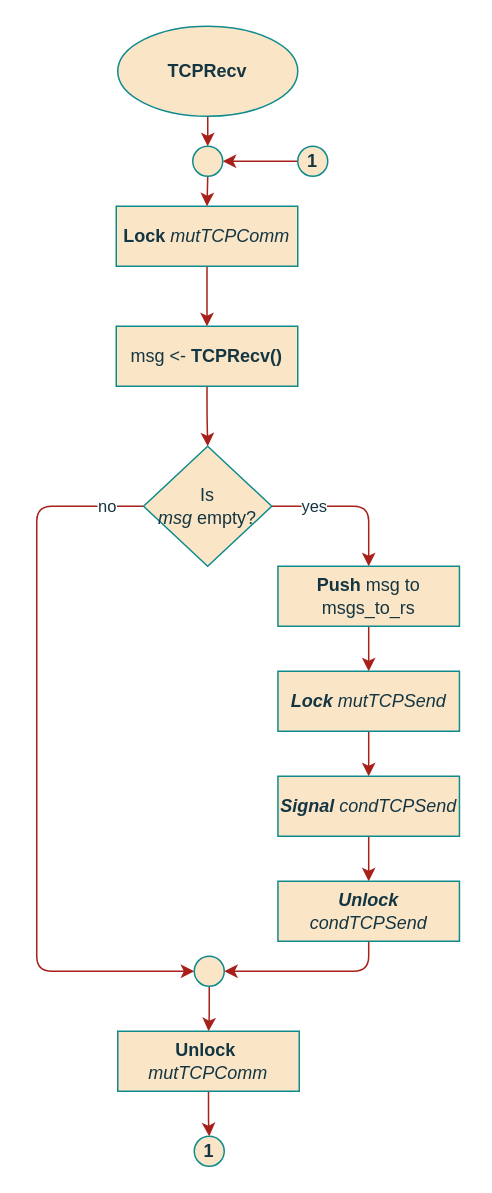
The draw.io diagram page "tTCPRecv" (1 of 2) of project/report/flowcharts/Gatewaytasks/TCP_IP.drawio in ESRGgroup9/slipad, before the edit. Source tidied: cells renumbered, new cells numbered last; positions are measured from the earlier drawing's top-left corner, leaving out a move shared by most shapes. Both pictures are drawn from the tidied source at 150%, with x=0, y=0 at pixel (36, 26).
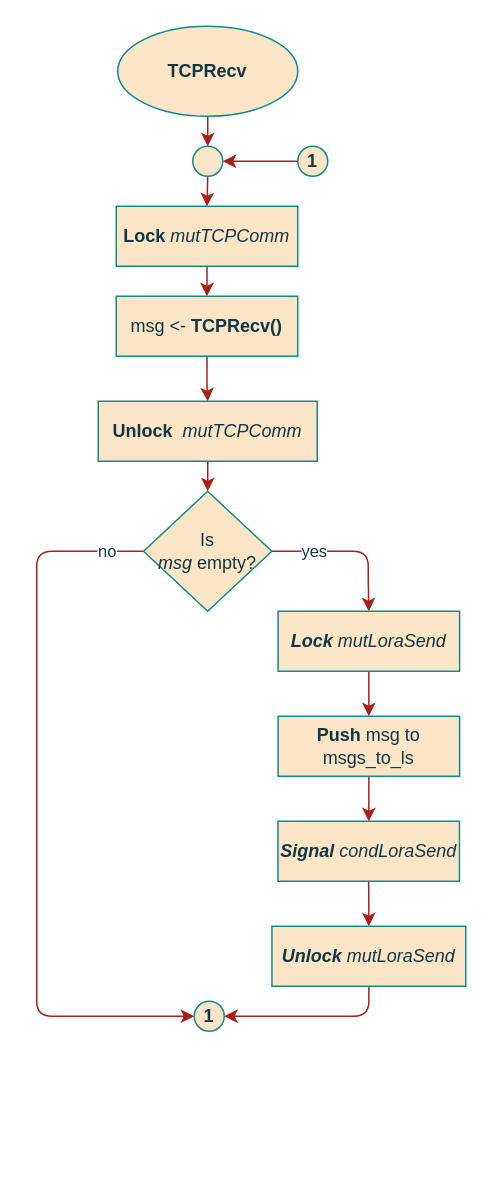
After the change.

Diff of the diagram source:
```diff
@@
     <mxCell id="4" value="no" style="edgeStyle=orthogonalEdgeStyle;curved=0;rounded=1;sketch=0;jettySize=auto;html=1;entryX=0;entryY=0.5;entryDx=0;entryDy=0;fontColor=#143642;strokeColor=#A8201A;fillColor=#FAE5C7;" parent="1" edge="1" source="6" target="10">
       <mxGeometry x="-0.9" relative="1" as="geometry">
         <Array as="points">
-          <mxPoint y="320" />
-          <mxPoint y="630" />
+          <mxPoint y="350" />
+          <mxPoint y="660" />
         </Array>
       </mxGeometry>
     </mxCell>
-    <mxCell id="5" value="yes" style="edgeStyle=orthogonalEdgeStyle;curved=0;rounded=1;sketch=0;jettySize=auto;html=1;entryX=0.5;entryY=0;entryDx=0;entryDy=0;fontColor=#143642;strokeColor=#A8201A;fillColor=#FAE5C7;" parent="1" edge="1" source="6" target="14">
+    <mxCell id="5" value="yes" style="edgeStyle=orthogonalEdgeStyle;curved=0;rounded=1;sketch=0;jettySize=auto;html=1;entryX=0.5;entryY=0;entryDx=0;entryDy=0;fontColor=#143642;strokeColor=#A8201A;fillColor=#FAE5C7;" parent="1" edge="1" source="6" target="32">
       <mxGeometry x="-0.47" relative="1" as="geometry">
         <Array as="points">
-          <mxPoint x="221" y="320" />
+          <mxPoint x="221" y="350" />
+          <mxPoint x="221" y="370" />
         </Array>
       </mxGeometry>
     </mxCell>
     <mxCell id="6" value="&lt;div&gt;Is &lt;i&gt;&lt;br&gt;&lt;/i&gt;&lt;/div&gt;&lt;div&gt;&lt;i&gt;msg&lt;/i&gt; empty?&lt;/div&gt;" style="rhombus;whiteSpace=wrap;html=1;rounded=0;sketch=0;fontColor=#143642;strokeColor=#0F8B8D;fillColor=#FAE5C7;" parent="1" vertex="1">
-      <mxGeometry x="71.2" y="280" width="85.5" height="80" as="geometry" />
+      <mxGeometry x="71.2" y="310" width="85.5" height="80" as="geometry" />
     </mxCell>
@@
-    <mxCell id="9" style="edgeStyle=orthogonalEdgeStyle;curved=0;rounded=1;sketch=0;jettySize=auto;html=1;fontColor=#143642;strokeColor=#A8201A;fillColor=#FAE5C7;" parent="1" edge="1" source="10" target="20">
-      <mxGeometry relative="1" as="geometry" />
-    </mxCell>
-    <mxCell id="10" style="ellipse;whiteSpace=wrap;html=1;rounded=0;sketch=0;fontColor=#143642;strokeColor=#0F8B8D;fillColor=#FAE5C7;" parent="1" vertex="1">
-      <mxGeometry x="105" y="620" width="20" height="20" as="geometry" />
+    <mxCell id="10" value="&lt;b&gt;1&lt;/b&gt;" style="ellipse;whiteSpace=wrap;html=1;rounded=0;sketch=0;fontColor=#143642;strokeColor=#0F8B8D;fillColor=#FAE5C7;" parent="1" vertex="1">
+      <mxGeometry x="105" y="650" width="20" height="20" as="geometry" />
     </mxCell>
-    <mxCell id="11" style="edgeStyle=orthogonalEdgeStyle;curved=0;rounded=1;sketch=0;jettySize=auto;html=1;fontColor=#143642;strokeColor=#A8201A;fillColor=#FAE5C7;" parent="1" edge="1" source="12" target="6">
-      <mxGeometry relative="1" as="geometry" />
-    </mxCell>
+    <mxCell id="28" style="edgeStyle=orthogonalEdgeStyle;curved=0;rounded=1;sketch=0;jettySize=auto;html=1;entryX=0.5;entryY=0;entryDx=0;entryDy=0;fontColor=#143642;strokeColor=#A8201A;fillColor=#FAE5C7;" parent="1" edge="1" source="12" target="20">
+      <mxGeometry relative="1" as="geometry" />
+    </mxCell>
     <mxCell id="12" value="msg &amp;lt;- &lt;b&gt;TCPRecv()&lt;/b&gt;" style="rounded=0;whiteSpace=wrap;html=1;sketch=0;fontColor=#143642;strokeColor=#0F8B8D;fillColor=#FAE5C7;" parent="1" vertex="1">
-      <mxGeometry x="53" y="200" width="121" height="40" as="geometry" />
+      <mxGeometry x="53" y="180" width="121" height="40" as="geometry" />
     </mxCell>
-    <mxCell id="13" style="edgeStyle=orthogonalEdgeStyle;curved=0;rounded=1;sketch=0;jettySize=auto;html=1;exitX=0.5;exitY=1;exitDx=0;exitDy=0;entryX=0.5;entryY=0;entryDx=0;entryDy=0;fontColor=#143642;strokeColor=#A8201A;fillColor=#FAE5C7;" parent="1" edge="1" source="14" target="23">
-      <mxGeometry relative="1" as="geometry" />
-    </mxCell>
-    <mxCell id="14" value="&lt;b&gt;Push &lt;/b&gt;msg to msgs_to_rs" style="rounded=0;whiteSpace=wrap;html=1;sketch=0;fontColor=#143642;strokeColor=#0F8B8D;fillColor=#FAE5C7;" parent="1" vertex="1">
-      <mxGeometry x="160.8" y="360" width="121" height="40" as="geometry" />
-    </mxCell>
@@
-    <mxCell id="19" style="edgeStyle=orthogonalEdgeStyle;curved=0;rounded=1;sketch=0;jettySize=auto;html=1;fontColor=#143642;strokeColor=#A8201A;fillColor=#FAE5C7;" parent="1" edge="1" source="20" target="21">
-      <mxGeometry relative="1" as="geometry" />
-    </mxCell>
-    <mxCell id="20" value="&lt;b&gt;Unlock&amp;nbsp; &lt;/b&gt;&lt;i&gt;mutTCPComm&lt;/i&gt;" style="rounded=0;whiteSpace=wrap;html=1;sketch=0;fontColor=#143642;strokeColor=#0F8B8D;fillColor=#FAE5C7;" parent="1" vertex="1">
-      <mxGeometry x="54" y="670" width="121" height="40" as="geometry" />
-    </mxCell>
-    <mxCell id="21" value="&lt;b&gt;1&lt;/b&gt;" style="ellipse;whiteSpace=wrap;html=1;rounded=0;sketch=0;fontColor=#143642;strokeColor=#0F8B8D;fillColor=#FAE5C7;" parent="1" vertex="1">
-      <mxGeometry x="105" y="740" width="20" height="20" as="geometry" />
-    </mxCell>
-    <mxCell id="22" style="edgeStyle=orthogonalEdgeStyle;curved=0;rounded=1;sketch=0;jettySize=auto;html=1;entryX=0.5;entryY=0;entryDx=0;entryDy=0;fontColor=#143642;strokeColor=#A8201A;fillColor=#FAE5C7;" parent="1" edge="1" source="23" target="25">
-      <mxGeometry relative="1" as="geometry" />
-    </mxCell>
-    <mxCell id="23" value="&lt;i&gt;&lt;b&gt;Lock &lt;/b&gt;mutTCPSend&lt;/i&gt;" style="rounded=0;whiteSpace=wrap;html=1;sketch=0;fontColor=#143642;strokeColor=#0F8B8D;fillColor=#FAE5C7;" parent="1" vertex="1">
-      <mxGeometry x="160.8" y="430" width="121" height="40" as="geometry" />
-    </mxCell>
@@
-    <mxCell id="25" value="&lt;i&gt;&lt;b&gt;Signal &lt;/b&gt;condTCPSend&lt;/i&gt;" style="rounded=0;whiteSpace=wrap;html=1;sketch=0;fontColor=#143642;strokeColor=#0F8B8D;fillColor=#FAE5C7;" parent="1" vertex="1">
-      <mxGeometry x="160.8" y="500" width="121" height="40" as="geometry" />
+    <mxCell id="25" value="&lt;i&gt;&lt;b&gt;Signal &lt;/b&gt;condLoraSend&lt;/i&gt;" style="rounded=0;whiteSpace=wrap;html=1;sketch=0;fontColor=#143642;strokeColor=#0F8B8D;fillColor=#FAE5C7;" parent="1" vertex="1">
+      <mxGeometry x="160.8" y="530" width="121" height="40" as="geometry" />
     </mxCell>
     <mxCell id="26" style="edgeStyle=orthogonalEdgeStyle;curved=0;rounded=1;sketch=0;jettySize=auto;html=1;entryX=1;entryY=0.5;entryDx=0;entryDy=0;fontColor=#143642;strokeColor=#A8201A;fillColor=#FAE5C7;" parent="1" edge="1" source="27" target="10">
       <mxGeometry relative="1" as="geometry">
         <Array as="points">
-          <mxPoint x="221" y="630" />
+          <mxPoint x="221" y="660" />
         </Array>
       </mxGeometry>
     </mxCell>
-    <mxCell id="27" value="&lt;i&gt;&lt;b&gt;Unlock &lt;/b&gt;condTCPSend&lt;/i&gt;" style="rounded=0;whiteSpace=wrap;html=1;sketch=0;fontColor=#143642;strokeColor=#0F8B8D;fillColor=#FAE5C7;" parent="1" vertex="1">
-      <mxGeometry x="160.8" y="570" width="121" height="40" as="geometry" />
+    <mxCell id="27" value="&lt;i&gt;&lt;b&gt;Unlock &lt;/b&gt;&lt;/i&gt;&lt;i&gt;mutLoraSend&lt;/i&gt;" style="rounded=0;whiteSpace=wrap;html=1;sketch=0;fontColor=#143642;strokeColor=#0F8B8D;fillColor=#FAE5C7;" parent="1" vertex="1">
+      <mxGeometry x="156.8" y="600" width="129.2" height="40" as="geometry" />
     </mxCell>
+    <mxCell id="29" style="edgeStyle=orthogonalEdgeStyle;curved=0;rounded=1;sketch=0;jettySize=auto;html=1;entryX=0.5;entryY=0;entryDx=0;entryDy=0;fontColor=#143642;strokeColor=#A8201A;fillColor=#FAE5C7;" parent="1" edge="1" source="30" target="25">
+      <mxGeometry relative="1" as="geometry" />
+    </mxCell>
+    <mxCell id="30" value="&lt;b&gt;Push &lt;/b&gt;msg to msgs_to_ls" style="rounded=0;whiteSpace=wrap;html=1;sketch=0;fontColor=#143642;strokeColor=#0F8B8D;fillColor=#FAE5C7;" parent="1" vertex="1">
+      <mxGeometry x="160.9" y="460" width="121" height="40" as="geometry" />
+    </mxCell>
+    <mxCell id="31" style="edgeStyle=orthogonalEdgeStyle;curved=0;rounded=1;sketch=0;jettySize=auto;html=1;fontColor=#143642;strokeColor=#A8201A;fillColor=#FAE5C7;" parent="1" edge="1" source="32" target="30">
+      <mxGeometry relative="1" as="geometry" />
+    </mxCell>
+    <mxCell id="32" value="&lt;i&gt;&lt;b&gt;Lock &lt;/b&gt;mutLoraSend&lt;/i&gt;" style="rounded=0;whiteSpace=wrap;html=1;sketch=0;fontColor=#143642;strokeColor=#0F8B8D;fillColor=#FAE5C7;" parent="1" vertex="1">
+      <mxGeometry x="160.9" y="390" width="121" height="40" as="geometry" />
+    </mxCell>
+    <mxCell id="33" style="edgeStyle=orthogonalEdgeStyle;curved=0;rounded=1;sketch=0;jettySize=auto;html=1;fontColor=#143642;strokeColor=#A8201A;fillColor=#FAE5C7;" parent="1" edge="1" source="20" target="6">
+      <mxGeometry relative="1" as="geometry" />
+    </mxCell>
+    <mxCell id="20" value="&lt;b&gt;Unlock&amp;nbsp; &lt;/b&gt;&lt;i&gt;mutTCPComm&lt;/i&gt;" style="rounded=0;whiteSpace=wrap;html=1;sketch=0;fontColor=#143642;strokeColor=#0F8B8D;fillColor=#FAE5C7;" parent="1" vertex="1">
+      <mxGeometry x="41" y="250" width="146" height="40" as="geometry" />
+    </mxCell>
```
